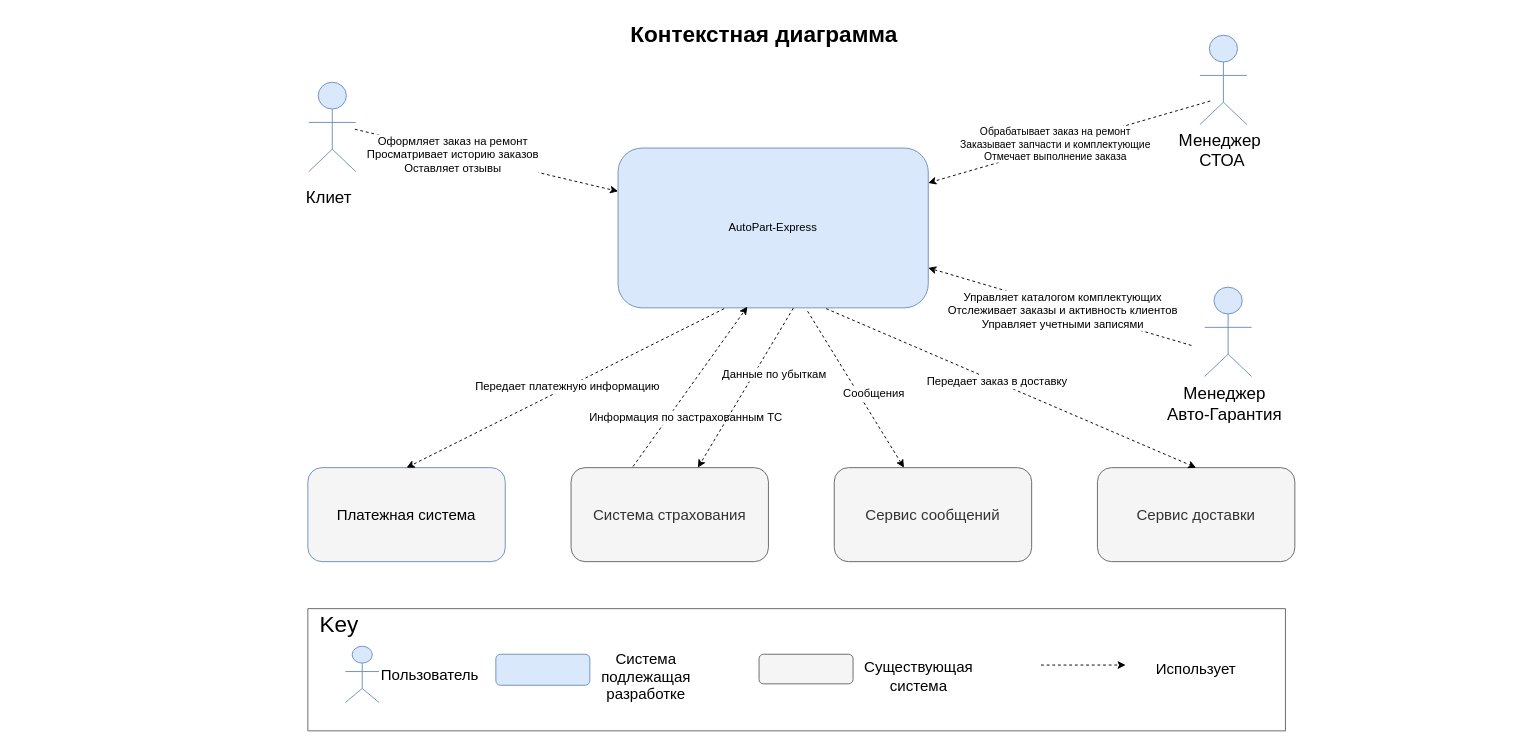
Earlier version of the draw.io diagram 2.Solution/1 ContextDiagram.drawio (samsonovsa/OtusArhitectureFinalProject). Source tidied: cells renumbered, new cells numbered last; positions are measured from the earlier drawing's top-left corner, leaving out a move shared by most shapes. Both pictures are drawn from the tidied source at 94%, with x=0, y=0 at pixel (16, 16).
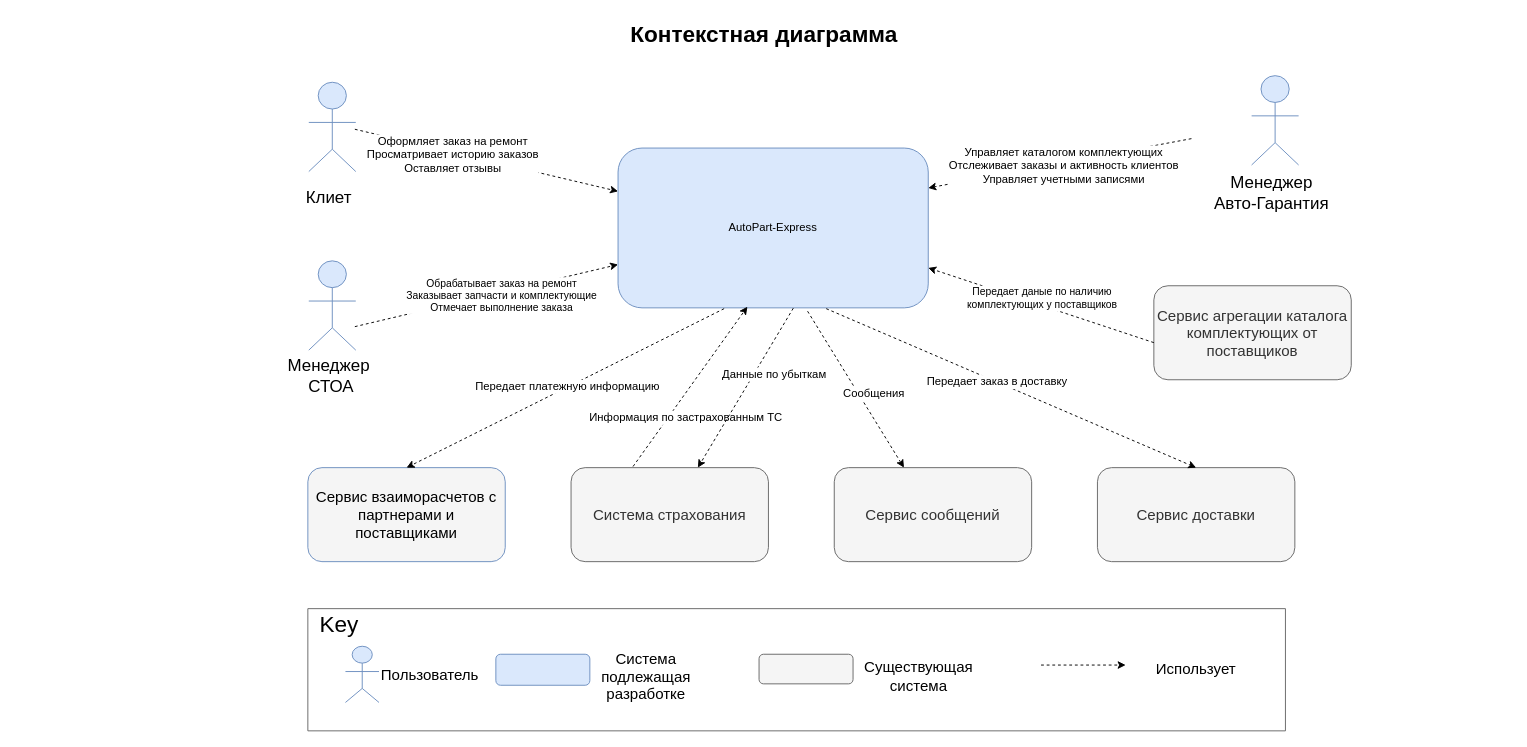
After the change.

Commit message (it also covers changes not shown here):
update container diagram

The change refers to these unchanged cells:
```xml
<mxCell id="12" value="AutoPart-Express" style="rounded=1;whiteSpace=wrap;html=1;fillColor=#dae8fc;strokeColor=#6c8ebf;" parent="1" vertex="1">
  <mxGeometry x="640" y="140" width="330" height="170" as="geometry" />
</mxCell>
```

Change to the diagram source:
```diff
@@
     <mxCell id="3" style="group;" parent="1" vertex="1">
-      <mxGeometry x="1210" y="290" width="150" height="153" as="geometry" />
+      <mxGeometry x="1260" y="65" width="150" height="153" as="geometry" />
     </mxCell>
@@
     <mxCell id="6" style="group;" parent="1" vertex="1">
-      <mxGeometry x="1245" y="20" width="105" height="153" as="geometry" />
+      <mxGeometry x="297" y="260" width="105" height="153" as="geometry" />
     </mxCell>
@@
-    <mxCell id="13" style="endArrow=classic;html=1;rounded=0;entryX=1;entryY=0.75;entryDx=0;entryDy=0;dashed=1;" parent="1" edge="1" target="12">
+    <mxCell id="13" style="endArrow=classic;html=1;rounded=0;entryX=1;entryY=0.25;entryDx=0;entryDy=0;dashed=1;" parent="1" edge="1" target="12">
       <mxGeometry relative="1" as="geometry">
-        <mxPoint x="1250" y="350" as="sourcePoint" />
+        <mxPoint x="1250" y="130" as="sourcePoint" />
       </mxGeometry>
     </mxCell>
@@
     <mxCell id="17" style="endArrow=classic;html=1;rounded=0;dashed=1;" parent="1" edge="1" target="12">
       <mxGeometry relative="1" as="geometry">
-        <mxPoint x="1270" y="90" as="sourcePoint" />
+        <mxPoint x="360" y="330" as="sourcePoint" />
       </mxGeometry>
     </mxCell>
@@
-    <mxCell id="19" value="&lt;font size=&quot;3&quot;&gt;Платежная система&lt;/font&gt;" style="rounded=1;whiteSpace=wrap;html=1;fillColor=#F5F5F5;strokeColor=#6c8ebf;" parent="1" vertex="1">
+    <mxCell id="19" value="&lt;font size=&quot;3&quot;&gt;Сервис взаиморасчетов с партнерами и поставщиками&lt;/font&gt;" style="rounded=1;whiteSpace=wrap;html=1;fillColor=#F5F5F5;strokeColor=#6c8ebf;" parent="1" vertex="1">
       <mxGeometry x="310" y="480" width="210" height="100" as="geometry" />
     </mxCell>
@@
+    <mxCell id="44" value="&lt;font size=&quot;3&quot;&gt;Сервис агрегации каталога комплектующих от поставщиков&lt;/font&gt;" style="rounded=1;whiteSpace=wrap;html=1;fillColor=#f5f5f5;strokeColor=#666666;fontColor=#333333;" parent="1" vertex="1">
+      <mxGeometry x="1210" y="286.5" width="210" height="100" as="geometry" />
+    </mxCell>
+    <mxCell id="45" style="endArrow=classic;html=1;rounded=0;dashed=1;entryX=1;entryY=0.75;entryDx=0;entryDy=0;" parent="1" edge="1" target="12">
+      <mxGeometry relative="1" as="geometry">
+        <mxPoint x="1210" y="347" as="sourcePoint" />
+      </mxGeometry>
+    </mxCell>
+    <mxCell id="46" value="Передает даные по наличию &lt;br&gt;комплектующих у поставщиков" style="edgeLabel;html=1;align=center;verticalAlign=middle;" parent="45" vertex="1">
+      <mxGeometry x="-0.26" y="-2" relative="1" as="geometry">
+        <mxPoint x="-31" y="-16" as="offset" />
+      </mxGeometry>
+    </mxCell>
```
